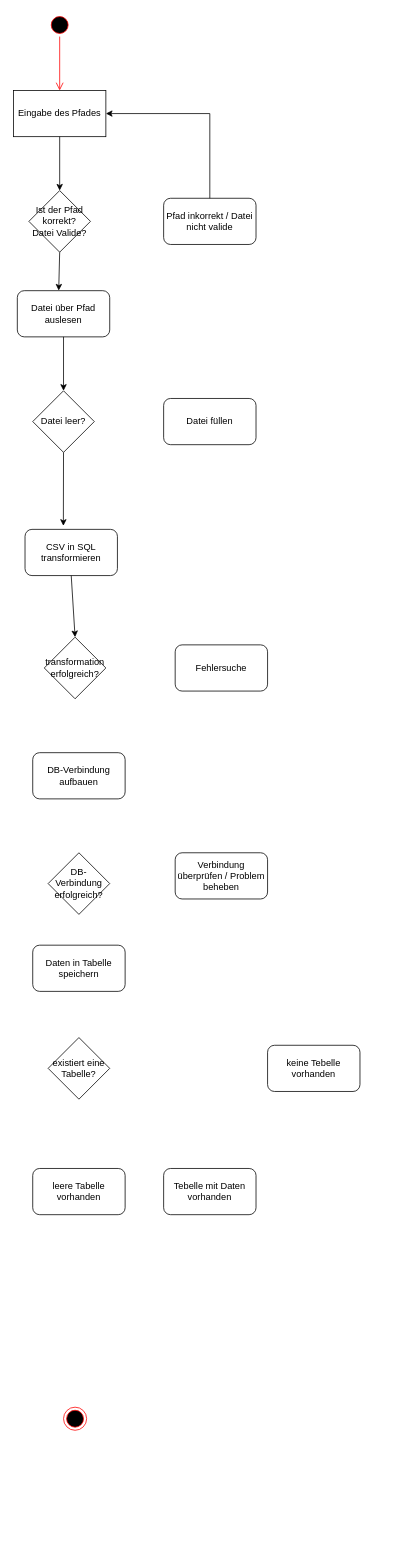
Earlier version of the draw.io diagram src/main/resources/Activity Diagram.drawio (HollTil/csv2sql). Source tidied: cells renumbered, new cells numbered last; positions are measured from the earlier drawing's top-left corner, leaving out a move shared by most shapes. Both pictures are drawn from the tidied source at 77%, with x=0, y=0 at pixel (13, 13).
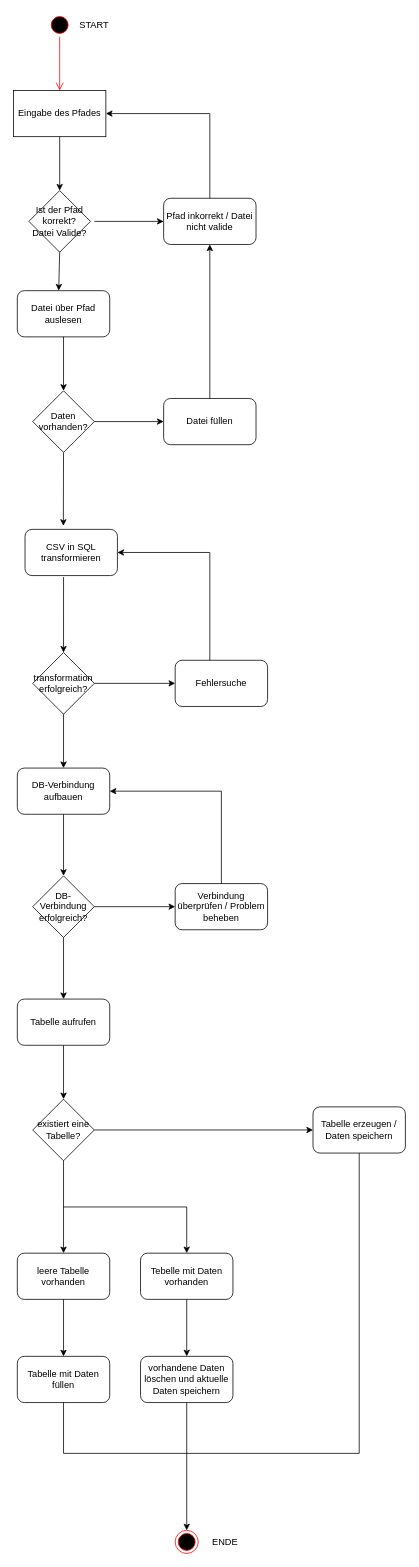
The same page after the edit.

Commit message:
Activity Diagram ausgearbeitet

Unchanged cells that the change refers to:
```xml
<mxCell id="9" value="Datei füllen" style="rounded=1;whiteSpace=wrap;html=1;" parent="1" vertex="1">
  <mxGeometry x="195" y="500" width="120" height="60" as="geometry" />
</mxCell>
<mxCell id="10" value="CSV in SQL transformieren" style="rounded=1;whiteSpace=wrap;html=1;" parent="1" vertex="1">
  <mxGeometry x="15" y="670" width="120" height="60" as="geometry" />
</mxCell>
<mxCell id="21" value="Pfad inkorrekt / Datei nicht valide" style="rounded=1;whiteSpace=wrap;html=1;" parent="1" vertex="1">
  <mxGeometry x="195" y="240" width="120" height="60" as="geometry" />
</mxCell>
```

Diff of the diagram source:
```diff
@@
     <mxCell id="5" style="ellipse;html=1;shape=endState;fillColor=#000000;strokeColor=#ff0000;" parent="1" vertex="1">
-      <mxGeometry x="65" y="1810" width="30" height="30" as="geometry" />
+      <mxGeometry x="210" y="1970" width="30" height="30" as="geometry" />
     </mxCell>
@@
-    <mxCell id="8" value="Datei leer?" style="rhombus;whiteSpace=wrap;html=1;" parent="1" vertex="1">
+    <mxCell id="8" value="Daten vorhanden?" style="rhombus;whiteSpace=wrap;html=1;" parent="1" vertex="1">
       <mxGeometry x="25" y="490" width="80" height="80" as="geometry" />
     </mxCell>
@@
     <mxCell id="11" value="transformation erfolgreich?" style="rhombus;whiteSpace=wrap;html=1;" parent="1" vertex="1">
-      <mxGeometry x="40" y="810" width="80" height="80" as="geometry" />
+      <mxGeometry x="25" y="830" width="80" height="80" as="geometry" />
     </mxCell>
     <mxCell id="12" value="Fehlersuche" style="rounded=1;whiteSpace=wrap;html=1;" parent="1" vertex="1">
-      <mxGeometry x="210" y="820" width="120" height="60" as="geometry" />
+      <mxGeometry x="210" y="840" width="120" height="60" as="geometry" />
     </mxCell>
     <mxCell id="13" value="DB-Verbindung aufbauen" style="rounded=1;whiteSpace=wrap;html=1;" parent="1" vertex="1">
-      <mxGeometry x="25" y="960" width="120" height="60" as="geometry" />
+      <mxGeometry x="5" y="980" width="120" height="60" as="geometry" />
     </mxCell>
     <mxCell id="14" value="DB-Verbindung erfolgreich?" style="rhombus;whiteSpace=wrap;html=1;" parent="1" vertex="1">
-      <mxGeometry x="45" y="1090" width="80" height="80" as="geometry" />
+      <mxGeometry x="25" y="1120" width="80" height="80" as="geometry" />
     </mxCell>
-    <mxCell id="15" value="Daten in Tabelle speichern" style="rounded=1;whiteSpace=wrap;html=1;" parent="1" vertex="1">
-      <mxGeometry x="25" y="1210" width="120" height="60" as="geometry" />
+    <mxCell id="15" value="Tabelle aufrufen" style="rounded=1;whiteSpace=wrap;html=1;" parent="1" vertex="1">
+      <mxGeometry x="5" y="1280" width="120" height="60" as="geometry" />
     </mxCell>
     <mxCell id="16" value="Verbindung überprüfen / Problem beheben" style="rounded=1;whiteSpace=wrap;html=1;" parent="1" vertex="1">
-      <mxGeometry x="210" y="1090" width="120" height="60" as="geometry" />
+      <mxGeometry x="210" y="1130" width="120" height="60" as="geometry" />
     </mxCell>
     <mxCell id="17" value="existiert eine Tabelle?" style="rhombus;whiteSpace=wrap;html=1;" parent="1" vertex="1">
-      <mxGeometry x="45" y="1330" width="80" height="80" as="geometry" />
+      <mxGeometry x="25" y="1410" width="80" height="80" as="geometry" />
     </mxCell>
-    <mxCell id="18" value="keine Tebelle vorhanden" style="rounded=1;whiteSpace=wrap;html=1;" parent="1" vertex="1">
-      <mxGeometry x="330" y="1340" width="120" height="60" as="geometry" />
-    </mxCell>
     <mxCell id="19" value="leere Tabelle vorhanden" style="rounded=1;whiteSpace=wrap;html=1;" parent="1" vertex="1">
-      <mxGeometry x="25" y="1500" width="120" height="60" as="geometry" />
+      <mxGeometry x="5" y="1610" width="120" height="60" as="geometry" />
     </mxCell>
     <mxCell id="20" value="Tebelle mit Daten vorhanden" style="rounded=1;whiteSpace=wrap;html=1;" parent="1" vertex="1">
-      <mxGeometry x="195" y="1500" width="120" height="60" as="geometry" />
+      <mxGeometry x="165" y="1610" width="120" height="60" as="geometry" />
     </mxCell>
@@
-    <mxCell id="27" style="endArrow=classic;html=1;rounded=0;entryX=0.5;entryY=0;entryDx=0;entryDy=0;exitX=0.5;exitY=1;exitDx=0;exitDy=0;" parent="1" edge="1" source="10" target="11">
+    <mxCell id="27" style="endArrow=classic;html=1;rounded=0;entryX=0.5;entryY=0;entryDx=0;entryDy=0;exitX=0.417;exitY=1.033;exitDx=0;exitDy=0;exitPerimeter=0;" parent="1" edge="1" source="10" target="11">
       <mxGeometry relative="1" as="geometry" />
     </mxCell>
+    <mxCell id="28" style="endArrow=classic;html=1;rounded=0;exitX=1;exitY=0.5;exitDx=0;exitDy=0;entryX=0;entryY=0.5;entryDx=0;entryDy=0;" parent="1" edge="1" source="8" target="9">
+      <mxGeometry relative="1" as="geometry" />
+    </mxCell>
+    <mxCell id="29" style="endArrow=classic;html=1;rounded=0;exitX=0.5;exitY=0;exitDx=0;exitDy=0;entryX=0.5;entryY=1;entryDx=0;entryDy=0;" parent="1" edge="1" source="9" target="21">
+      <mxGeometry relative="1" as="geometry" />
+    </mxCell>
+    <mxCell id="30" style="endArrow=classic;html=1;rounded=0;exitX=1;exitY=0.5;exitDx=0;exitDy=0;entryX=0;entryY=0.5;entryDx=0;entryDy=0;" parent="1" edge="1" source="11" target="12">
+      <mxGeometry relative="1" as="geometry" />
+    </mxCell>
+    <mxCell id="31" style="endArrow=classic;html=1;rounded=0;exitX=0.375;exitY=0;exitDx=0;exitDy=0;exitPerimeter=0;entryX=1;entryY=0.5;entryDx=0;entryDy=0;" parent="1" edge="1" source="12" target="10">
+      <mxGeometry relative="1" as="geometry">
+        <Array as="points">
+          <mxPoint x="255" y="700" />
+        </Array>
+      </mxGeometry>
+    </mxCell>
+    <mxCell id="32" style="endArrow=classic;html=1;rounded=0;exitX=0.5;exitY=1;exitDx=0;exitDy=0;entryX=0.5;entryY=0;entryDx=0;entryDy=0;" parent="1" edge="1" source="11" target="13">
+      <mxGeometry relative="1" as="geometry" />
+    </mxCell>
+    <mxCell id="33" style="endArrow=classic;html=1;rounded=0;exitX=0.5;exitY=1;exitDx=0;exitDy=0;entryX=0.5;entryY=0;entryDx=0;entryDy=0;" parent="1" edge="1" source="13" target="14">
+      <mxGeometry relative="1" as="geometry" />
+    </mxCell>
+    <mxCell id="34" style="endArrow=classic;html=1;rounded=0;exitX=1;exitY=0.5;exitDx=0;exitDy=0;entryX=0;entryY=0.5;entryDx=0;entryDy=0;" parent="1" edge="1" source="14" target="16">
+      <mxGeometry relative="1" as="geometry" />
+    </mxCell>
+    <mxCell id="35" style="endArrow=classic;html=1;rounded=0;exitX=0.5;exitY=1;exitDx=0;exitDy=0;entryX=0.5;entryY=0;entryDx=0;entryDy=0;" parent="1" edge="1" source="14" target="15">
+      <mxGeometry relative="1" as="geometry" />
+    </mxCell>
+    <mxCell id="36" style="endArrow=classic;html=1;rounded=0;exitX=0.5;exitY=1;exitDx=0;exitDy=0;entryX=0.5;entryY=0;entryDx=0;entryDy=0;" parent="1" edge="1" source="15" target="17">
+      <mxGeometry relative="1" as="geometry" />
+    </mxCell>
+    <mxCell id="37" style="endArrow=classic;html=1;rounded=0;exitX=0.5;exitY=1;exitDx=0;exitDy=0;entryX=0.5;entryY=0;entryDx=0;entryDy=0;" parent="1" edge="1" source="17" target="19">
+      <mxGeometry relative="1" as="geometry" />
+    </mxCell>
+    <mxCell id="38" style="endArrow=classic;html=1;rounded=0;entryX=0.5;entryY=0;entryDx=0;entryDy=0;" parent="1" edge="1" target="20">
+      <mxGeometry relative="1" as="geometry">
+        <mxPoint x="65" y="1550" as="sourcePoint" />
+        <Array as="points">
+          <mxPoint x="225" y="1550" />
+        </Array>
+      </mxGeometry>
+    </mxCell>
+    <mxCell id="39" style="endArrow=classic;html=1;rounded=0;entryX=0;entryY=0.5;entryDx=0;entryDy=0;" parent="1" edge="1" target="21">
+      <mxGeometry relative="1" as="geometry">
+        <mxPoint x="105" y="270" as="sourcePoint" />
+      </mxGeometry>
+    </mxCell>
+    <mxCell id="40" style="endArrow=classic;html=1;rounded=0;exitX=0.5;exitY=0;exitDx=0;exitDy=0;entryX=1;entryY=0.5;entryDx=0;entryDy=0;" parent="1" edge="1" source="16" target="13">
+      <mxGeometry relative="1" as="geometry">
+        <Array as="points">
+          <mxPoint x="270" y="1010" />
+        </Array>
+      </mxGeometry>
+    </mxCell>
+    <mxCell id="41" value="Tabelle mit Daten füllen" style="rounded=1;whiteSpace=wrap;html=1;" parent="1" vertex="1">
+      <mxGeometry x="5" y="1744" width="120" height="60" as="geometry" />
+    </mxCell>
+    <mxCell id="42" value="vorhandene Daten löschen und aktuelle Daten speichern" style="rounded=1;whiteSpace=wrap;html=1;" parent="1" vertex="1">
+      <mxGeometry x="165" y="1744" width="120" height="60" as="geometry" />
+    </mxCell>
+    <mxCell id="43" style="endArrow=classic;html=1;rounded=0;exitX=1;exitY=0.5;exitDx=0;exitDy=0;entryX=0;entryY=0.5;entryDx=0;entryDy=0;" parent="1" edge="1" source="17">
+      <mxGeometry relative="1" as="geometry">
+        <mxPoint x="389" y="1450" as="targetPoint" />
+      </mxGeometry>
+    </mxCell>
+    <mxCell id="44" value="Tabelle erzeugen / Daten speichern" style="rounded=1;whiteSpace=wrap;html=1;" parent="1" vertex="1">
+      <mxGeometry x="389" y="1420" width="120" height="60" as="geometry" />
+    </mxCell>
+    <mxCell id="45" style="endArrow=classic;html=1;rounded=0;exitX=0.5;exitY=1;exitDx=0;exitDy=0;entryX=0.5;entryY=0;entryDx=0;entryDy=0;" parent="1" edge="1" source="19" target="41">
+      <mxGeometry relative="1" as="geometry" />
+    </mxCell>
+    <mxCell id="46" style="endArrow=classic;html=1;rounded=0;exitX=0.5;exitY=1;exitDx=0;exitDy=0;entryX=0.5;entryY=0;entryDx=0;entryDy=0;" parent="1" edge="1" source="20" target="42">
+      <mxGeometry relative="1" as="geometry" />
+    </mxCell>
+    <mxCell id="47" style="endArrow=classic;html=1;rounded=0;exitX=0.5;exitY=1;exitDx=0;exitDy=0;entryX=0.5;entryY=0;entryDx=0;entryDy=0;" parent="1" edge="1" source="42" target="5">
+      <mxGeometry relative="1" as="geometry" />
+    </mxCell>
+    <mxCell id="48" style="endArrow=none;html=1;rounded=0;exitX=0.5;exitY=1;exitDx=0;exitDy=0;" parent="1" edge="1" source="41">
+      <mxGeometry relative="1" as="geometry">
+        <mxPoint x="225" y="1870" as="targetPoint" />
+        <Array as="points">
+          <mxPoint x="65" y="1870" />
+        </Array>
+      </mxGeometry>
+    </mxCell>
+    <mxCell id="49" style="endArrow=none;html=1;rounded=0;entryX=0.5;entryY=1;entryDx=0;entryDy=0;" parent="1" edge="1" target="44">
+      <mxGeometry relative="1" as="geometry">
+        <mxPoint x="225" y="1870" as="sourcePoint" />
+        <Array as="points">
+          <mxPoint x="449" y="1870" />
+        </Array>
+      </mxGeometry>
+    </mxCell>
+    <mxCell id="50" value="START" style="text;html=1;strokeColor=none;fillColor=none;align=center;verticalAlign=middle;whiteSpace=wrap;rounded=0;" parent="1" vertex="1">
+      <mxGeometry x="75" width="60" height="30" as="geometry" />
+    </mxCell>
+    <mxCell id="51" value="ENDE" style="text;html=1;strokeColor=none;fillColor=none;align=center;verticalAlign=middle;whiteSpace=wrap;rounded=0;" parent="1" vertex="1">
+      <mxGeometry x="245" y="1970" width="60" height="30" as="geometry" />
+    </mxCell>
```
